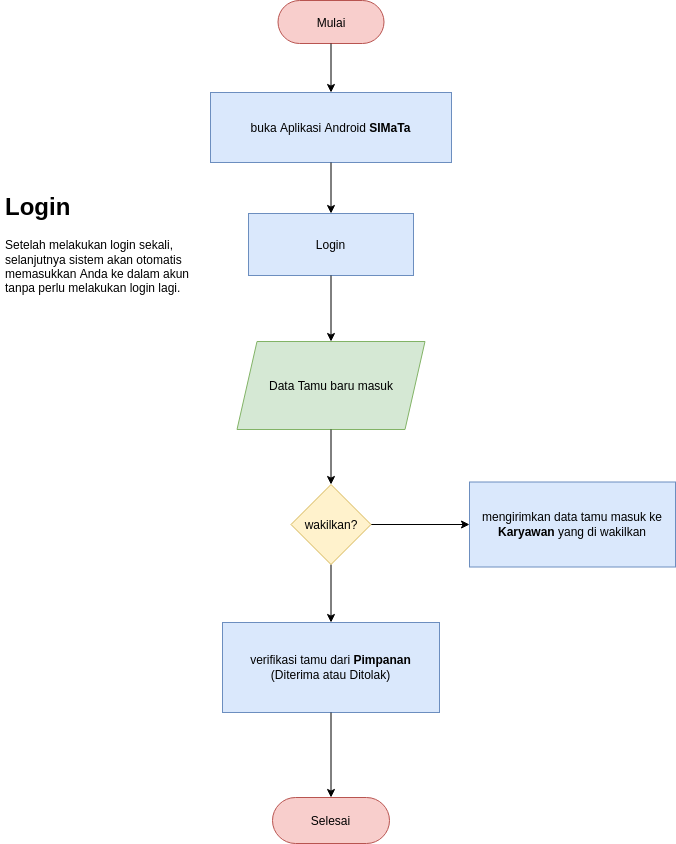
Rusadi-0/navbar keeps this draw.io diagram as verifikasi-tamu.png. Above is the earlier version. Source tidied: cells renumbered, new cells last; positions are measured from the earlier drawing's top-left corner, leaving out a move shared by most shapes. The source it was exported from:
```xml
<mxGraphModel>
  <root>
    <mxCell id="0" />
    <mxCell id="1" parent="0" />
    <mxCell id="2" value="&lt;h1&gt;Login&lt;/h1&gt;&lt;p&gt;Setelah melakukan login sekali, selanjutnya sistem akan otomatis memasukkan Anda ke dalam akun tanpa perlu melakukan login lagi.&lt;/p&gt;" style="text;html=1;strokeColor=none;fillColor=none;spacing=5;spacingTop=-20;whiteSpace=wrap;overflow=hidden;rounded=0;" parent="1" vertex="1">
      <mxGeometry y="187" width="210" height="120" as="geometry" />
    </mxCell>
    <mxCell id="3" value="Mulai" style="rounded=1;whiteSpace=wrap;html=1;arcSize=50;fillColor=#f8cecc;strokeColor=#b85450;" parent="1" vertex="1">
      <mxGeometry x="277.5" width="106" height="43" as="geometry" />
    </mxCell>
    <mxCell id="4" value="buka Aplikasi Android &lt;b&gt;SIMaTa&lt;/b&gt;" style="rounded=0;whiteSpace=wrap;html=1;fillColor=#dae8fc;strokeColor=#6c8ebf;" parent="1" vertex="1">
      <mxGeometry x="210" y="92" width="241" height="70" as="geometry" />
    </mxCell>
    <mxCell id="5" style="edgeStyle=orthogonalEdgeStyle;rounded=0;jettySize=auto;html=1;" parent="1" edge="1" source="3" target="4">
      <mxGeometry relative="1" as="geometry" />
    </mxCell>
    <mxCell id="6" value="Login" style="rounded=0;whiteSpace=wrap;html=1;fillColor=#dae8fc;strokeColor=#6c8ebf;" parent="1" vertex="1">
      <mxGeometry x="248" y="213" width="165" height="62" as="geometry" />
    </mxCell>
    <mxCell id="7" style="edgeStyle=orthogonalEdgeStyle;rounded=0;jettySize=auto;html=1;" parent="1" edge="1" source="4" target="6">
      <mxGeometry relative="1" as="geometry" />
    </mxCell>
    <mxCell id="8" value="&lt;div&gt;verifikasi tamu dari &lt;b&gt;Pimpanan&lt;/b&gt;&lt;br&gt;&lt;/div&gt;&lt;div&gt;(Diterima atau Ditolak)&lt;/div&gt;" style="rounded=0;whiteSpace=wrap;html=1;fillColor=#dae8fc;strokeColor=#6c8ebf;" parent="1" vertex="1">
      <mxGeometry x="222" y="622" width="217" height="90" as="geometry" />
    </mxCell>
    <mxCell id="9" value="Selesai" style="rounded=1;whiteSpace=wrap;html=1;arcSize=50;fillColor=#f8cecc;strokeColor=#b85450;" parent="1" vertex="1">
      <mxGeometry x="272" y="797" width="117" height="46" as="geometry" />
    </mxCell>
    <mxCell id="10" style="edgeStyle=orthogonalEdgeStyle;rounded=0;jettySize=auto;html=1;" parent="1" edge="1" source="8" target="9">
      <mxGeometry relative="1" as="geometry" />
    </mxCell>
    <mxCell id="11" value="Data Tamu baru masuk" style="shape=parallelogram;perimeter=parallelogramPerimeter;whiteSpace=wrap;html=1;fixedSize=1;fillColor=#d5e8d4;strokeColor=#82b366;" parent="1" vertex="1">
      <mxGeometry x="236.5" y="341" width="188" height="88" as="geometry" />
    </mxCell>
    <mxCell id="12" style="edgeStyle=orthogonalEdgeStyle;rounded=0;jettySize=auto;html=1;" parent="1" edge="1" source="6" target="11">
      <mxGeometry relative="1" as="geometry" />
    </mxCell>
    <mxCell id="13" style="edgeStyle=orthogonalEdgeStyle;rounded=0;jettySize=auto;html=1;" parent="1" edge="1" source="15" target="8">
      <mxGeometry relative="1" as="geometry" />
    </mxCell>
    <mxCell id="14" style="edgeStyle=orthogonalEdgeStyle;rounded=0;jettySize=auto;html=1;" parent="1" edge="1" source="15" target="17">
      <mxGeometry relative="1" as="geometry" />
    </mxCell>
    <mxCell id="15" value="wakilkan?" style="rhombus;whiteSpace=wrap;html=1;fillColor=#fff2cc;strokeColor=#d6b656;" parent="1" vertex="1">
      <mxGeometry x="290.5" y="484" width="80" height="80" as="geometry" />
    </mxCell>
    <mxCell id="16" style="edgeStyle=orthogonalEdgeStyle;rounded=0;jettySize=auto;html=1;" parent="1" edge="1" source="11" target="15">
      <mxGeometry relative="1" as="geometry" />
    </mxCell>
    <mxCell id="17" value="mengirimkan data tamu masuk ke &lt;b&gt;Karyawan&lt;/b&gt; yang di wakilkan" style="rounded=0;whiteSpace=wrap;html=1;fillColor=#dae8fc;strokeColor=#6c8ebf;" parent="1" vertex="1">
      <mxGeometry x="469" y="481.5" width="206" height="85" as="geometry" />
    </mxCell>
  </root>
</mxGraphModel>
```
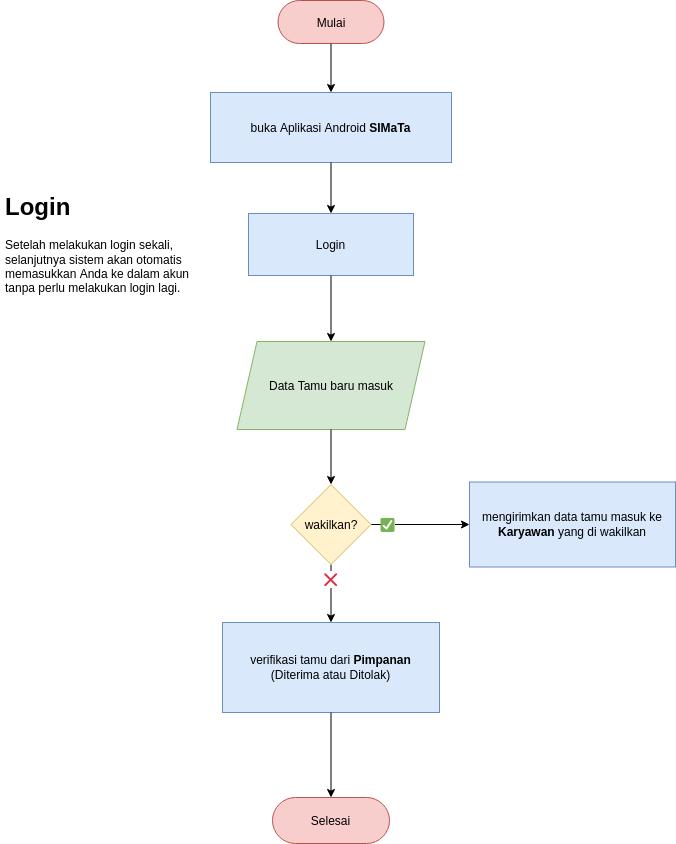
Later version of the same file.

Change to the diagram source:
```diff
@@ -38,9 +38,19 @@
     <mxCell id="13" style="edgeStyle=orthogonalEdgeStyle;rounded=0;jettySize=auto;html=1;" parent="1" edge="1" source="15" target="8">
       <mxGeometry relative="1" as="geometry" />
     </mxCell>
+    <mxCell id="18" value="&lt;font style=&quot;font-size: 14px;&quot;&gt;❌&lt;/font&gt;" style="edgeLabel;html=1;align=center;verticalAlign=middle;" parent="13" vertex="1">
+      <mxGeometry x="-0.69" relative="1" as="geometry">
+        <mxPoint x="-1" y="6" as="offset" />
+      </mxGeometry>
+    </mxCell>
     <mxCell id="14" style="edgeStyle=orthogonalEdgeStyle;rounded=0;jettySize=auto;html=1;" parent="1" edge="1" source="15" target="17">
       <mxGeometry relative="1" as="geometry" />
     </mxCell>
+    <mxCell id="19" value="&lt;font style=&quot;font-size: 14px;&quot;&gt;✅&lt;/font&gt;" style="edgeLabel;html=1;align=center;verticalAlign=middle;" parent="14" vertex="1">
+      <mxGeometry x="-0.35" y="-1" relative="1" as="geometry">
+        <mxPoint x="-15" y="-1" as="offset" />
+      </mxGeometry>
+    </mxCell>
     <mxCell id="15" value="wakilkan?" style="rhombus;whiteSpace=wrap;html=1;fillColor=#fff2cc;strokeColor=#d6b656;" parent="1" vertex="1">
       <mxGeometry x="290.5" y="484" width="80" height="80" as="geometry" />
     </mxCell>
```
